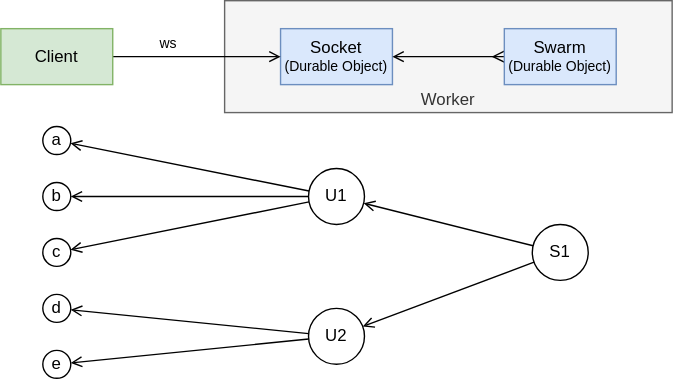
dxos/dxos keeps this draw.io diagram as packages/experimental/labs-functions/docs/signaling.drawio.svg. Above is the earlier version. Source tidied: cells renumbered, new cells last; positions are measured from the earlier drawing's top-left corner, leaving out a move shared by most shapes. Source of this version:
```xml
<mxGraphModel>
  <root>
    <mxCell id="0" />
    <mxCell id="1" parent="0" />
    <mxCell id="2" value="Worker" style="rounded=0;whiteSpace=wrap;html=1;fontSize=12;fillColor=#f5f5f5;fontColor=#333333;strokeColor=#666666;verticalAlign=bottom;" parent="1" vertex="1">
      <mxGeometry x="160" width="320" height="80" as="geometry" />
    </mxCell>
    <mxCell id="3" value="&lt;font style=&quot;font-size: 12px;&quot;&gt;Socket&lt;/font&gt;&lt;br style=&quot;font-size: 10px;&quot;&gt;(Durable Object)" style="rounded=0;whiteSpace=wrap;html=1;fontSize=10;fillColor=#dae8fc;strokeColor=#6c8ebf;" parent="1" vertex="1">
      <mxGeometry x="200" y="20" width="80" height="40" as="geometry" />
    </mxCell>
    <mxCell id="4" style="edgeStyle=none;html=1;fontSize=10;endArrow=open;endFill=0;" parent="1" edge="1" source="5" target="3">
      <mxGeometry relative="1" as="geometry" />
    </mxCell>
    <mxCell id="5" value="Client" style="rounded=0;whiteSpace=wrap;html=1;fontSize=12;fillColor=#d5e8d4;strokeColor=#82b366;" parent="1" vertex="1">
      <mxGeometry y="20" width="80" height="40" as="geometry" />
    </mxCell>
    <mxCell id="6" value="ws" style="rounded=0;whiteSpace=wrap;html=1;fontSize=10;strokeColor=none;fillColor=none;" parent="1" vertex="1">
      <mxGeometry x="100" y="20" width="40" height="20" as="geometry" />
    </mxCell>
    <mxCell id="7" style="edgeStyle=none;html=1;exitX=0;exitY=0.5;exitDx=0;exitDy=0;fontSize=12;startArrow=ERmany;startFill=0;endArrow=open;endFill=0;" parent="1" edge="1" source="8" target="3">
      <mxGeometry relative="1" as="geometry" />
    </mxCell>
    <mxCell id="8" value="&lt;font style=&quot;font-size: 12px;&quot;&gt;Swarm&lt;/font&gt;&lt;br style=&quot;font-size: 10px;&quot;&gt;(Durable Object)" style="rounded=0;whiteSpace=wrap;html=1;fontSize=10;fillColor=#dae8fc;strokeColor=#6c8ebf;" parent="1" vertex="1">
      <mxGeometry x="360" y="20" width="80" height="40" as="geometry" />
    </mxCell>
    <mxCell id="9" value="b" style="ellipse;whiteSpace=wrap;html=1;fontSize=12;fillColor=none;" parent="1" vertex="1">
      <mxGeometry x="30" y="130" width="20" height="20" as="geometry" />
    </mxCell>
    <mxCell id="10" value="c" style="ellipse;whiteSpace=wrap;html=1;fontSize=12;fillColor=none;" parent="1" vertex="1">
      <mxGeometry x="30" y="170" width="20" height="20" as="geometry" />
    </mxCell>
    <mxCell id="11" style="edgeStyle=none;html=1;fontSize=12;startArrow=none;startFill=0;endArrow=open;endFill=0;" parent="1" edge="1" source="18" target="12">
      <mxGeometry relative="1" as="geometry" />
    </mxCell>
    <mxCell id="12" value="a" style="ellipse;whiteSpace=wrap;html=1;fontSize=12;fillColor=none;" parent="1" vertex="1">
      <mxGeometry x="30" y="90" width="20" height="20" as="geometry" />
    </mxCell>
    <mxCell id="13" value="d" style="ellipse;whiteSpace=wrap;html=1;fontSize=12;fillColor=none;" parent="1" vertex="1">
      <mxGeometry x="30" y="210" width="20" height="20" as="geometry" />
    </mxCell>
    <mxCell id="14" value="e" style="ellipse;whiteSpace=wrap;html=1;fontSize=12;fillColor=none;" parent="1" vertex="1">
      <mxGeometry x="30" y="250" width="20" height="20" as="geometry" />
    </mxCell>
    <mxCell id="15" style="edgeStyle=none;html=1;fontSize=12;startArrow=none;startFill=0;endArrow=open;endFill=0;" parent="1" edge="1" source="18" target="9">
      <mxGeometry relative="1" as="geometry" />
    </mxCell>
    <mxCell id="16" style="edgeStyle=none;html=1;fontSize=12;startArrow=none;startFill=0;endArrow=open;endFill=0;" parent="1" edge="1" source="18" target="10">
      <mxGeometry relative="1" as="geometry" />
    </mxCell>
    <mxCell id="17" style="edgeStyle=none;html=1;fontSize=12;startArrow=none;startFill=0;endArrow=open;endFill=0;" parent="1" edge="1" source="23" target="18">
      <mxGeometry relative="1" as="geometry" />
    </mxCell>
    <mxCell id="18" value="U1" style="ellipse;whiteSpace=wrap;html=1;fontSize=12;fillColor=none;" parent="1" vertex="1">
      <mxGeometry x="220" y="120" width="40" height="40" as="geometry" />
    </mxCell>
    <mxCell id="19" style="edgeStyle=none;html=1;fontSize=12;startArrow=none;startFill=0;endArrow=open;endFill=0;" parent="1" edge="1" source="22" target="13">
      <mxGeometry relative="1" as="geometry" />
    </mxCell>
    <mxCell id="20" style="edgeStyle=none;html=1;fontSize=12;startArrow=none;startFill=0;endArrow=open;endFill=0;" parent="1" edge="1" source="22" target="14">
      <mxGeometry relative="1" as="geometry" />
    </mxCell>
    <mxCell id="21" style="edgeStyle=none;html=1;fontSize=12;startArrow=none;startFill=0;endArrow=open;endFill=0;" parent="1" edge="1" source="23" target="22">
      <mxGeometry relative="1" as="geometry" />
    </mxCell>
    <mxCell id="22" value="U2" style="ellipse;whiteSpace=wrap;html=1;fontSize=12;fillColor=none;" parent="1" vertex="1">
      <mxGeometry x="220" y="220" width="40" height="40" as="geometry" />
    </mxCell>
    <mxCell id="23" value="S1" style="ellipse;whiteSpace=wrap;html=1;fontSize=12;fillColor=none;" parent="1" vertex="1">
      <mxGeometry x="380" y="160" width="40" height="40" as="geometry" />
    </mxCell>
  </root>
</mxGraphModel>
```
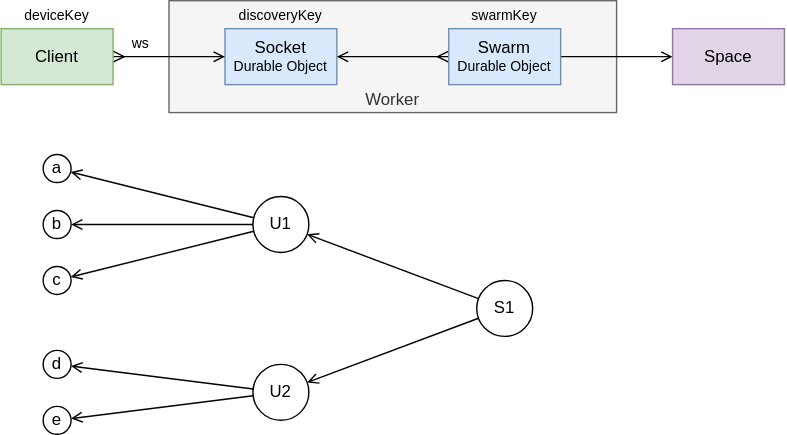
Above is the later version.

Diff of the diagram source:
```diff
@@ -3,43 +3,46 @@
     <mxCell id="0" />
     <mxCell id="1" parent="0" />
     <mxCell id="2" value="Worker" style="rounded=0;whiteSpace=wrap;html=1;fontSize=12;fillColor=#f5f5f5;fontColor=#333333;strokeColor=#666666;verticalAlign=bottom;" parent="1" vertex="1">
-      <mxGeometry x="160" width="320" height="80" as="geometry" />
+      <mxGeometry x="200" width="320" height="80" as="geometry" />
     </mxCell>
-    <mxCell id="3" value="&lt;font style=&quot;font-size: 12px;&quot;&gt;Socket&lt;/font&gt;&lt;br style=&quot;font-size: 10px;&quot;&gt;(Durable Object)" style="rounded=0;whiteSpace=wrap;html=1;fontSize=10;fillColor=#dae8fc;strokeColor=#6c8ebf;" parent="1" vertex="1">
-      <mxGeometry x="200" y="20" width="80" height="40" as="geometry" />
+    <mxCell id="3" value="&lt;font style=&quot;font-size: 12px;&quot;&gt;Socket&lt;/font&gt;&lt;br style=&quot;font-size: 10px;&quot;&gt;Durable Object" style="rounded=0;whiteSpace=wrap;html=1;fontSize=10;fillColor=#dae8fc;strokeColor=#6c8ebf;" parent="1" vertex="1">
+      <mxGeometry x="240" y="20" width="80" height="40" as="geometry" />
     </mxCell>
-    <mxCell id="4" style="edgeStyle=none;html=1;fontSize=10;endArrow=open;endFill=0;" parent="1" edge="1" source="5" target="3">
+    <mxCell id="4" style="edgeStyle=none;html=1;fontSize=10;endArrow=open;endFill=0;startArrow=ERmany;startFill=0;" parent="1" edge="1" source="5" target="3">
       <mxGeometry relative="1" as="geometry" />
     </mxCell>
     <mxCell id="5" value="Client" style="rounded=0;whiteSpace=wrap;html=1;fontSize=12;fillColor=#d5e8d4;strokeColor=#82b366;" parent="1" vertex="1">
-      <mxGeometry y="20" width="80" height="40" as="geometry" />
+      <mxGeometry x="80" y="20" width="80" height="40" as="geometry" />
     </mxCell>
     <mxCell id="6" value="ws" style="rounded=0;whiteSpace=wrap;html=1;fontSize=10;strokeColor=none;fillColor=none;" parent="1" vertex="1">
-      <mxGeometry x="100" y="20" width="40" height="20" as="geometry" />
+      <mxGeometry x="160" y="20" width="40" height="20" as="geometry" />
     </mxCell>
     <mxCell id="7" style="edgeStyle=none;html=1;exitX=0;exitY=0.5;exitDx=0;exitDy=0;fontSize=12;startArrow=ERmany;startFill=0;endArrow=open;endFill=0;" parent="1" edge="1" source="8" target="3">
       <mxGeometry relative="1" as="geometry" />
     </mxCell>
+    <mxCell id="24" style="edgeStyle=none;html=1;exitX=1;exitY=0.5;exitDx=0;exitDy=0;fontSize=12;startArrow=none;startFill=0;endArrow=open;endFill=0;" parent="1" edge="1" source="8" target="28">
+      <mxGeometry relative="1" as="geometry" />
+    </mxCell>
-    <mxCell id="8" value="&lt;font style=&quot;font-size: 12px;&quot;&gt;Swarm&lt;/font&gt;&lt;br style=&quot;font-size: 10px;&quot;&gt;(Durable Object)" style="rounded=0;whiteSpace=wrap;html=1;fontSize=10;fillColor=#dae8fc;strokeColor=#6c8ebf;" parent="1" vertex="1">
-      <mxGeometry x="360" y="20" width="80" height="40" as="geometry" />
+    <mxCell id="8" value="&lt;font style=&quot;font-size: 12px;&quot;&gt;Swarm&lt;/font&gt;&lt;br style=&quot;font-size: 10px;&quot;&gt;Durable Object" style="rounded=0;whiteSpace=wrap;html=1;fontSize=10;fillColor=#dae8fc;strokeColor=#6c8ebf;" parent="1" vertex="1">
+      <mxGeometry x="400" y="20" width="80" height="40" as="geometry" />
     </mxCell>
     <mxCell id="9" value="b" style="ellipse;whiteSpace=wrap;html=1;fontSize=12;fillColor=none;" parent="1" vertex="1">
-      <mxGeometry x="30" y="130" width="20" height="20" as="geometry" />
+      <mxGeometry x="110" y="150" width="20" height="20" as="geometry" />
     </mxCell>
     <mxCell id="10" value="c" style="ellipse;whiteSpace=wrap;html=1;fontSize=12;fillColor=none;" parent="1" vertex="1">
-      <mxGeometry x="30" y="170" width="20" height="20" as="geometry" />
+      <mxGeometry x="110" y="190" width="20" height="20" as="geometry" />
     </mxCell>
     <mxCell id="11" style="edgeStyle=none;html=1;fontSize=12;startArrow=none;startFill=0;endArrow=open;endFill=0;" parent="1" edge="1" source="18" target="12">
       <mxGeometry relative="1" as="geometry" />
     </mxCell>
     <mxCell id="12" value="a" style="ellipse;whiteSpace=wrap;html=1;fontSize=12;fillColor=none;" parent="1" vertex="1">
-      <mxGeometry x="30" y="90" width="20" height="20" as="geometry" />
+      <mxGeometry x="110" y="110" width="20" height="20" as="geometry" />
     </mxCell>
     <mxCell id="13" value="d" style="ellipse;whiteSpace=wrap;html=1;fontSize=12;fillColor=none;" parent="1" vertex="1">
-      <mxGeometry x="30" y="210" width="20" height="20" as="geometry" />
+      <mxGeometry x="110" y="250" width="20" height="20" as="geometry" />
     </mxCell>
     <mxCell id="14" value="e" style="ellipse;whiteSpace=wrap;html=1;fontSize=12;fillColor=none;" parent="1" vertex="1">
-      <mxGeometry x="30" y="250" width="20" height="20" as="geometry" />
+      <mxGeometry x="110" y="290" width="20" height="20" as="geometry" />
     </mxCell>
     <mxCell id="15" style="edgeStyle=none;html=1;fontSize=12;startArrow=none;startFill=0;endArrow=open;endFill=0;" parent="1" edge="1" source="18" target="9">
       <mxGeometry relative="1" as="geometry" />
@@ -51,7 +54,7 @@
       <mxGeometry relative="1" as="geometry" />
     </mxCell>
     <mxCell id="18" value="U1" style="ellipse;whiteSpace=wrap;html=1;fontSize=12;fillColor=none;" parent="1" vertex="1">
-      <mxGeometry x="220" y="120" width="40" height="40" as="geometry" />
+      <mxGeometry x="260" y="140" width="40" height="40" as="geometry" />
     </mxCell>
     <mxCell id="19" style="edgeStyle=none;html=1;fontSize=12;startArrow=none;startFill=0;endArrow=open;endFill=0;" parent="1" edge="1" source="22" target="13">
       <mxGeometry relative="1" as="geometry" />
@@ -63,10 +66,22 @@
       <mxGeometry relative="1" as="geometry" />
     </mxCell>
     <mxCell id="22" value="U2" style="ellipse;whiteSpace=wrap;html=1;fontSize=12;fillColor=none;" parent="1" vertex="1">
-      <mxGeometry x="220" y="220" width="40" height="40" as="geometry" />
+      <mxGeometry x="260" y="260" width="40" height="40" as="geometry" />
     </mxCell>
     <mxCell id="23" value="S1" style="ellipse;whiteSpace=wrap;html=1;fontSize=12;fillColor=none;" parent="1" vertex="1">
-      <mxGeometry x="380" y="160" width="40" height="40" as="geometry" />
+      <mxGeometry x="420" y="200" width="40" height="40" as="geometry" />
     </mxCell>
+    <mxCell id="25" value="discoveryKey" style="rounded=0;whiteSpace=wrap;html=1;fontSize=10;strokeColor=none;fillColor=none;" parent="1" vertex="1">
+      <mxGeometry x="240" width="80" height="20" as="geometry" />
+    </mxCell>
+    <mxCell id="26" value="swarmKey" style="rounded=0;whiteSpace=wrap;html=1;fontSize=10;strokeColor=none;fillColor=none;" parent="1" vertex="1">
+      <mxGeometry x="400" width="80" height="20" as="geometry" />
+    </mxCell>
+    <mxCell id="27" value="deviceKey" style="rounded=0;whiteSpace=wrap;html=1;fontSize=10;strokeColor=none;fillColor=none;" parent="1" vertex="1">
+      <mxGeometry x="80" width="80" height="20" as="geometry" />
+    </mxCell>
+    <mxCell id="28" value="&lt;span style=&quot;font-size: 12px;&quot;&gt;Space&lt;/span&gt;" style="rounded=0;whiteSpace=wrap;html=1;fontSize=10;fillColor=#e1d5e7;strokeColor=#9673a6;" parent="1" vertex="1">
+      <mxGeometry x="560" y="20" width="80" height="40" as="geometry" />
+    </mxCell>
   </root>
 </mxGraphModel>
```
